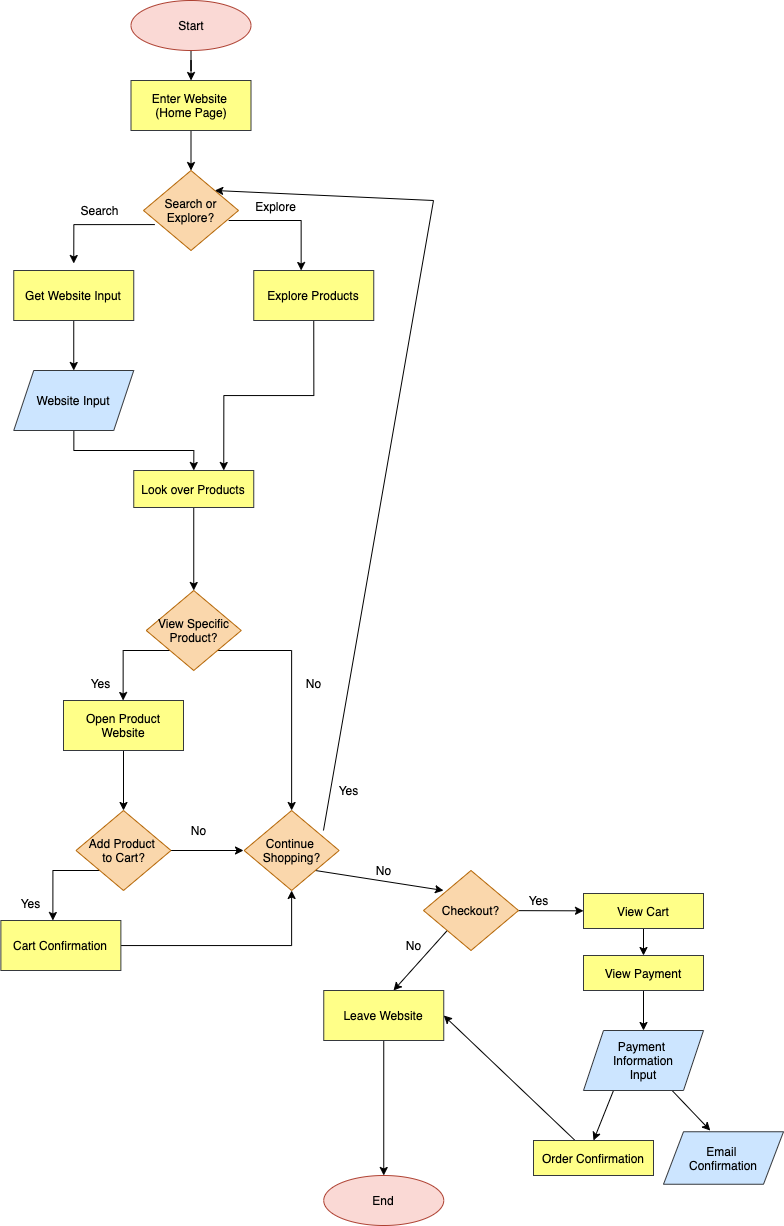
Above: part2/part2.drawio.png in anoushkadave/wi21-cse110-lab4 (draw.io), before the change. Source tidied: cells renumbered, new cells last; positions are measured from the earlier drawing's top-left corner, leaving out a move shared by most shapes.
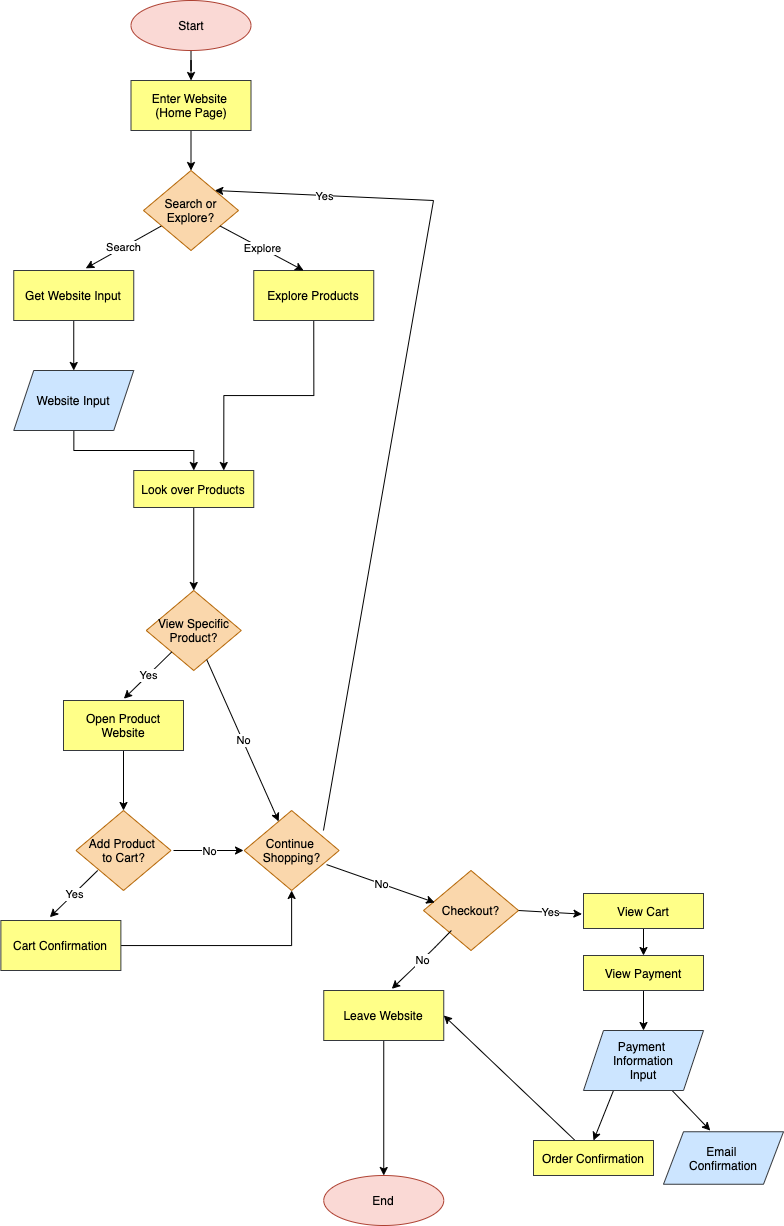
Above is the later version.

What changed in the source:
```diff
@@ -8,17 +8,6 @@
     <mxCell id="3" value="Start" style="ellipse;whiteSpace=wrap;html=1;fillColor=#fad9d5;strokeColor=#ae4132;fontColor=#000000;" parent="1" vertex="1">
       <mxGeometry x="130.5" width="120" height="50" as="geometry" />
     </mxCell>
-    <mxCell id="4" style="edgeStyle=orthogonalEdgeStyle;rounded=0;jettySize=auto;html=1;fontColor=#000000;entryX=0.5;entryY=0;entryDx=0;entryDy=0;exitX=0.119;exitY=0.676;exitDx=0;exitDy=0;exitPerimeter=0;" parent="1" edge="1" source="6">
-      <mxGeometry relative="1" as="geometry">
-        <mxPoint x="73.2" y="263" as="targetPoint" />
-      </mxGeometry>
-    </mxCell>
-    <mxCell id="5" style="edgeStyle=orthogonalEdgeStyle;rounded=0;orthogonalLoop=1;jettySize=auto;html=1;exitX=1;exitY=0.5;exitDx=0;exitDy=0;entryX=0.5;entryY=0;entryDx=0;entryDy=0;fontColor=#000000;" parent="1" edge="1">
-      <mxGeometry relative="1" as="geometry">
-        <mxPoint x="228.1" y="220" as="sourcePoint" />
-        <mxPoint x="300.6" y="270" as="targetPoint" />
-      </mxGeometry>
-    </mxCell>
     <mxCell id="6" value="Search or Explore?" style="rhombus;whiteSpace=wrap;html=1;fillColor=#fad7ac;strokeColor=#b46504;fontColor=#000000;" parent="1" vertex="1">
       <mxGeometry x="143" y="170" width="95" height="80" as="geometry" />
     </mxCell>
@@ -43,39 +32,15 @@
     <mxCell id="13" value="End" style="ellipse;whiteSpace=wrap;html=1;fillColor=#fad9d5;strokeColor=#ae4132;fontColor=#000000;" parent="1" vertex="1">
       <mxGeometry x="323.2" y="1175" width="120" height="50" as="geometry" />
     </mxCell>
-    <mxCell id="14" style="edgeStyle=orthogonalEdgeStyle;rounded=0;jettySize=auto;html=1;exitX=1;exitY=1;exitDx=0;exitDy=0;fontColor=#000000;entryX=0.5;entryY=0;entryDx=0;entryDy=0;" parent="1" edge="1" source="16" target="35">
-      <mxGeometry relative="1" as="geometry">
-        <Array as="points">
-          <mxPoint x="291" y="650" />
-        </Array>
-      </mxGeometry>
-    </mxCell>
-    <mxCell id="15" style="edgeStyle=orthogonalEdgeStyle;rounded=0;jettySize=auto;html=1;exitX=0;exitY=1;exitDx=0;exitDy=0;fontColor=#FFFFFF;" parent="1" edge="1" source="16">
-      <mxGeometry relative="1" as="geometry">
-        <mxPoint x="122.6" y="700" as="targetPoint" />
-      </mxGeometry>
-    </mxCell>
     <mxCell id="16" value="View Specific&lt;br&gt;Product?" style="rhombus;whiteSpace=wrap;html=1;fillColor=#fad7ac;strokeColor=#b46504;fontColor=#000000;" parent="1" vertex="1">
       <mxGeometry x="145.8" y="590" width="95" height="80" as="geometry" />
     </mxCell>
-    <mxCell id="17" value="Yes" style="text;html=1;align=center;verticalAlign=middle;fontColor=#000000;" parent="1" vertex="1">
-      <mxGeometry x="80.4" y="673" width="40" height="20" as="geometry" />
-    </mxCell>
-    <mxCell id="18" value="No" style="text;html=1;align=center;verticalAlign=middle;fontColor=#000000;" parent="1" vertex="1">
-      <mxGeometry x="298.2" y="673" width="30" height="20" as="geometry" />
-    </mxCell>
     <mxCell id="19" style="edgeStyle=orthogonalEdgeStyle;rounded=0;jettySize=auto;html=1;fontColor=#FFFFFF;" parent="1" edge="1" source="20" target="6">
       <mxGeometry relative="1" as="geometry" />
     </mxCell>
     <mxCell id="20" value="Enter Website &lt;br&gt;(Home Page)" style="rounded=0;whiteSpace=wrap;html=1;fillColor=#ffff88;strokeColor=#36393d;fontColor=#000000;" parent="1" vertex="1">
       <mxGeometry x="130.5" y="80" width="120" height="50" as="geometry" />
     </mxCell>
-    <mxCell id="21" value="Search" style="text;html=1;align=center;verticalAlign=middle;fontColor=#000000;" parent="1" vertex="1">
-      <mxGeometry x="73.8" y="200" width="50" height="20" as="geometry" />
-    </mxCell>
-    <mxCell id="22" value="Explore&lt;br&gt;" style="text;html=1;align=center;verticalAlign=middle;fontColor=#000000;" parent="1" vertex="1">
-      <mxGeometry x="244.5" y="196" width="60" height="20" as="geometry" />
-    </mxCell>
     <mxCell id="23" style="edgeStyle=orthogonalEdgeStyle;rounded=0;jettySize=auto;html=1;exitX=0.5;exitY=1;exitDx=0;exitDy=0;entryX=0.5;entryY=0;entryDx=0;entryDy=0;fontColor=#FFFFFF;" parent="1" edge="1" source="24" target="10">
       <mxGeometry relative="1" as="geometry" />
     </mxCell>
@@ -88,63 +53,23 @@
     <mxCell id="26" value="Open Product Website" style="rounded=0;whiteSpace=wrap;html=1;fillColor=#ffff88;strokeColor=#36393d;fontColor=#000000;" parent="1" vertex="1">
       <mxGeometry x="63" y="700" width="120" height="50" as="geometry" />
     </mxCell>
-    <mxCell id="27" style="edgeStyle=orthogonalEdgeStyle;rounded=0;jettySize=auto;html=1;exitX=0;exitY=1;exitDx=0;exitDy=0;fontColor=#FFFFFF;" parent="1" edge="1" source="29">
-      <mxGeometry relative="1" as="geometry">
-        <mxPoint x="52.4" y="920" as="targetPoint" />
-      </mxGeometry>
-    </mxCell>
-    <mxCell id="28" style="edgeStyle=orthogonalEdgeStyle;rounded=0;jettySize=auto;html=1;fontColor=#FFFFFF;" parent="1" edge="1" source="29">
-      <mxGeometry relative="1" as="geometry">
-        <mxPoint x="243" y="850" as="targetPoint" />
-      </mxGeometry>
-    </mxCell>
     <mxCell id="29" value="Add Product &lt;br&gt;to Cart?" style="rhombus;whiteSpace=wrap;html=1;fillColor=#fad7ac;strokeColor=#b46504;fontColor=#000000;" parent="1" vertex="1">
       <mxGeometry x="75.5" y="810" width="95" height="80" as="geometry" />
     </mxCell>
-    <mxCell id="30" value="Yes" style="text;html=1;align=center;verticalAlign=middle;fontColor=#000000;" parent="1" vertex="1">
-      <mxGeometry x="10.1" y="893" width="40" height="20" as="geometry" />
-    </mxCell>
     <mxCell id="31" style="edgeStyle=orthogonalEdgeStyle;rounded=0;jettySize=auto;html=1;fontColor=#FFFFFF;" parent="1" edge="1" source="32" target="35">
       <mxGeometry relative="1" as="geometry" />
     </mxCell>
     <mxCell id="32" value="Cart Confirmation" style="rounded=0;whiteSpace=wrap;html=1;fillColor=#ffff88;strokeColor=#36393d;fontColor=#000000;" parent="1" vertex="1">
       <mxGeometry x="0.4" y="920" width="120" height="50" as="geometry" />
     </mxCell>
-    <mxCell id="33" value="No" style="text;html=1;align=center;verticalAlign=middle;fontColor=#000000;" parent="1" vertex="1">
-      <mxGeometry x="183" y="820" width="30" height="20" as="geometry" />
-    </mxCell>
-    <mxCell id="34" style="edgeStyle=none;rounded=0;jettySize=auto;html=1;exitX=1;exitY=1;exitDx=0;exitDy=0;fontColor=#FFFFFF;" parent="1" edge="1" source="35">
-      <mxGeometry relative="1" as="geometry">
-        <mxPoint x="443" y="890" as="targetPoint" />
-      </mxGeometry>
-    </mxCell>
     <mxCell id="35" value="Continue&amp;nbsp;&lt;br&gt;Shopping?" style="rhombus;whiteSpace=wrap;html=1;fillColor=#fad7ac;strokeColor=#b46504;fontColor=#000000;" parent="1" vertex="1">
       <mxGeometry x="243.6" y="810" width="95" height="80" as="geometry" />
     </mxCell>
-    <mxCell id="36" style="endArrow=classic;html=1;fontColor=#FFFFFF;entryX=1;entryY=0;entryDx=0;entryDy=0;" parent="1" edge="1" target="6">
-      <mxGeometry relative="1" as="geometry">
-        <mxPoint x="433" y="200" as="sourcePoint" />
-      </mxGeometry>
-    </mxCell>
     <mxCell id="37" style="endArrow=none;html=1;fontColor=#FFFFFF;exitX=0.835;exitY=0.25;exitDx=0;exitDy=0;exitPerimeter=0;" parent="1" edge="1" source="35">
       <mxGeometry relative="1" as="geometry">
         <mxPoint x="433" y="200" as="targetPoint" />
       </mxGeometry>
     </mxCell>
-    <mxCell id="38" value="Yes" style="text;html=1;align=center;verticalAlign=middle;fontColor=#000000;" parent="1" vertex="1">
-      <mxGeometry x="328.2" y="780" width="40" height="20" as="geometry" />
-    </mxCell>
-    <mxCell id="39" value="No" style="text;html=1;align=center;verticalAlign=middle;fontColor=#000000;" parent="1" vertex="1">
-      <mxGeometry x="368.2" y="860" width="30" height="20" as="geometry" />
-    </mxCell>
-    <mxCell id="40" style="edgeStyle=none;rounded=0;jettySize=auto;html=1;exitX=0;exitY=1;exitDx=0;exitDy=0;fontColor=#FFFFFF;" parent="1" edge="1" source="42">
-      <mxGeometry relative="1" as="geometry">
-        <mxPoint x="393" y="990" as="targetPoint" />
-      </mxGeometry>
-    </mxCell>
-    <mxCell id="41" style="edgeStyle=none;rounded=0;jettySize=auto;html=1;fontColor=#FFFFFF;" parent="1" edge="1" source="42" target="47">
-      <mxGeometry relative="1" as="geometry" />
-    </mxCell>
     <mxCell id="42" value="Checkout?" style="rhombus;whiteSpace=wrap;html=1;fillColor=#fad7ac;strokeColor=#b46504;fontColor=#000000;" parent="1" vertex="1">
       <mxGeometry x="423" y="870" width="95" height="80" as="geometry" />
     </mxCell>
@@ -154,18 +79,12 @@
     <mxCell id="44" value="Leave Website" style="rounded=0;whiteSpace=wrap;html=1;fillColor=#ffff88;strokeColor=#36393d;fontColor=#000000;" parent="1" vertex="1">
       <mxGeometry x="323.2" y="990" width="120" height="50" as="geometry" />
     </mxCell>
-    <mxCell id="45" value="No" style="text;html=1;align=center;verticalAlign=middle;fontColor=#000000;" parent="1" vertex="1">
-      <mxGeometry x="398.2" y="935" width="30" height="20" as="geometry" />
-    </mxCell>
     <mxCell id="46" style="edgeStyle=none;rounded=0;jettySize=auto;html=1;fontColor=#FFFFFF;" parent="1" edge="1" source="47" target="50">
       <mxGeometry relative="1" as="geometry" />
     </mxCell>
     <mxCell id="47" value="View Cart" style="rounded=0;whiteSpace=wrap;html=1;fillColor=#ffff88;strokeColor=#36393d;fontColor=#000000;" parent="1" vertex="1">
       <mxGeometry x="583" y="893" width="120" height="35" as="geometry" />
     </mxCell>
-    <mxCell id="48" value="Yes" style="text;html=1;align=center;verticalAlign=middle;fontColor=#000000;" parent="1" vertex="1">
-      <mxGeometry x="518" y="890" width="40" height="20" as="geometry" />
-    </mxCell>
     <mxCell id="49" style="edgeStyle=none;rounded=0;jettySize=auto;html=1;fontColor=#FFFFFF;" parent="1" edge="1" source="50" target="53">
       <mxGeometry relative="1" as="geometry" />
     </mxCell>
@@ -190,5 +109,78 @@
     <mxCell id="56" value="Email &lt;br&gt;Confirmation" style="shape=parallelogram;perimeter=parallelogramPerimeter;whiteSpace=wrap;html=1;fixedSize=1;fillColor=#cce5ff;strokeColor=#36393d;fontColor=#000000;" parent="1" vertex="1">
       <mxGeometry x="663" y="1131.2" width="120" height="52.5" as="geometry" />
     </mxCell>
+    <mxCell id="57" style="endArrow=classic;html=1;fontColor=#000000;entryX=0.503;entryY=-0.036;entryDx=0;entryDy=0;entryPerimeter=0;" parent="1" edge="1" source="16" target="26">
+      <mxGeometry relative="1" as="geometry" />
+    </mxCell>
+    <mxCell id="58" value="Yes" style="edgeLabel;html=1;align=center;verticalAlign=middle;" parent="57" vertex="1">
+      <mxGeometry relative="1" as="geometry" />
+    </mxCell>
+    <mxCell id="14" style="endArrow=classic;html=1;fontColor=#000000;" parent="1" edge="1" source="16" target="35">
+      <mxGeometry relative="1" as="geometry" />
+    </mxCell>
+    <mxCell id="59" value="No&lt;br&gt;" style="edgeLabel;html=1;align=center;verticalAlign=middle;" parent="14" vertex="1">
+      <mxGeometry relative="1" as="geometry" />
+    </mxCell>
+    <mxCell id="60" style="endArrow=classic;html=1;fontColor=#000000;entryX=0.415;entryY=0;entryDx=0;entryDy=0;entryPerimeter=0;" parent="1" edge="1" source="6" target="8">
+      <mxGeometry relative="1" as="geometry" />
+    </mxCell>
+    <mxCell id="22" value="Explore" style="edgeLabel;html=1;align=center;verticalAlign=middle;" parent="60" vertex="1">
+      <mxGeometry relative="1" as="geometry" />
+    </mxCell>
+    <mxCell id="61" style="endArrow=classic;html=1;fontColor=#000000;exitX=0.186;exitY=0.695;exitDx=0;exitDy=0;exitPerimeter=0;entryX=0.6;entryY=-0.043;entryDx=0;entryDy=0;entryPerimeter=0;" parent="1" edge="1" source="6" target="24">
+      <mxGeometry relative="1" as="geometry" />
+    </mxCell>
+    <mxCell id="21" value="Search" style="edgeLabel;html=1;align=center;verticalAlign=middle;" parent="61" vertex="1">
+      <mxGeometry relative="1" as="geometry" />
+    </mxCell>
+    <mxCell id="62" style="endArrow=classic;html=1;fontColor=#000000;" parent="1" edge="1">
+      <mxGeometry relative="1" as="geometry">
+        <mxPoint x="173" y="850" as="sourcePoint" />
+        <mxPoint x="243" y="850" as="targetPoint" />
+      </mxGeometry>
+    </mxCell>
+    <mxCell id="63" value="No&lt;br&gt;" style="edgeLabel;html=1;align=center;verticalAlign=middle;" parent="62" vertex="1">
+      <mxGeometry relative="1" as="geometry" />
+    </mxCell>
+    <mxCell id="64" style="endArrow=classic;html=1;fontColor=#000000;entryX=1;entryY=0;entryDx=0;entryDy=0;" parent="1" edge="1" target="6">
+      <mxGeometry relative="1" as="geometry">
+        <mxPoint x="433" y="200" as="sourcePoint" />
+      </mxGeometry>
+    </mxCell>
+    <mxCell id="65" value="Yes" style="edgeLabel;html=1;align=center;verticalAlign=middle;" parent="64" vertex="1">
+      <mxGeometry relative="1" as="geometry" />
+    </mxCell>
+    <mxCell id="66" style="endArrow=classic;html=1;fontColor=#000000;entryX=0.503;entryY=-0.036;entryDx=0;entryDy=0;entryPerimeter=0;" parent="1" edge="1">
+      <mxGeometry relative="1" as="geometry">
+        <mxPoint x="97.2" y="870" as="sourcePoint" />
+        <mxPoint x="49.3" y="916.7" as="targetPoint" />
+      </mxGeometry>
+    </mxCell>
+    <mxCell id="67" value="Yes" style="edgeLabel;html=1;align=center;verticalAlign=middle;" parent="66" vertex="1">
+      <mxGeometry relative="1" as="geometry" />
+    </mxCell>
+    <mxCell id="68" style="endArrow=classic;html=1;fontColor=#000000;entryX=0.567;entryY=-0.033;entryDx=0;entryDy=0;entryPerimeter=0;" parent="1" edge="1" target="44">
+      <mxGeometry relative="1" as="geometry">
+        <mxPoint x="450.9" y="930" as="sourcePoint" />
+        <Array as="points">
+          <mxPoint x="433" y="948.4" />
+        </Array>
+      </mxGeometry>
+    </mxCell>
+    <mxCell id="69" value="No" style="edgeLabel;html=1;align=center;verticalAlign=middle;" parent="68" vertex="1">
+      <mxGeometry relative="1" as="geometry" />
+    </mxCell>
+    <mxCell id="70" style="endArrow=classic;html=1;fontColor=#000000;entryX=0.118;entryY=0.4;entryDx=0;entryDy=0;entryPerimeter=0;exitX=0.868;exitY=0.676;exitDx=0;exitDy=0;exitPerimeter=0;" parent="1" edge="1" source="35" target="42">
+      <mxGeometry relative="1" as="geometry" />
+    </mxCell>
+    <mxCell id="71" value="No&lt;br&gt;" style="edgeLabel;html=1;align=center;verticalAlign=middle;" parent="70" vertex="1">
+      <mxGeometry relative="1" as="geometry" />
+    </mxCell>
+    <mxCell id="41" style="endArrow=classic;html=1;fontColor=#000000;entryX=-0.013;entryY=0.589;entryDx=0;entryDy=0;entryPerimeter=0;exitX=1;exitY=0.5;exitDx=0;exitDy=0;" parent="1" edge="1" source="42" target="47">
+      <mxGeometry relative="1" as="geometry" />
+    </mxCell>
+    <mxCell id="72" value="Yes" style="edgeLabel;html=1;align=center;verticalAlign=middle;" parent="41" vertex="1">
+      <mxGeometry relative="1" as="geometry" />
+    </mxCell>
   </root>
 </mxGraphModel>
```
